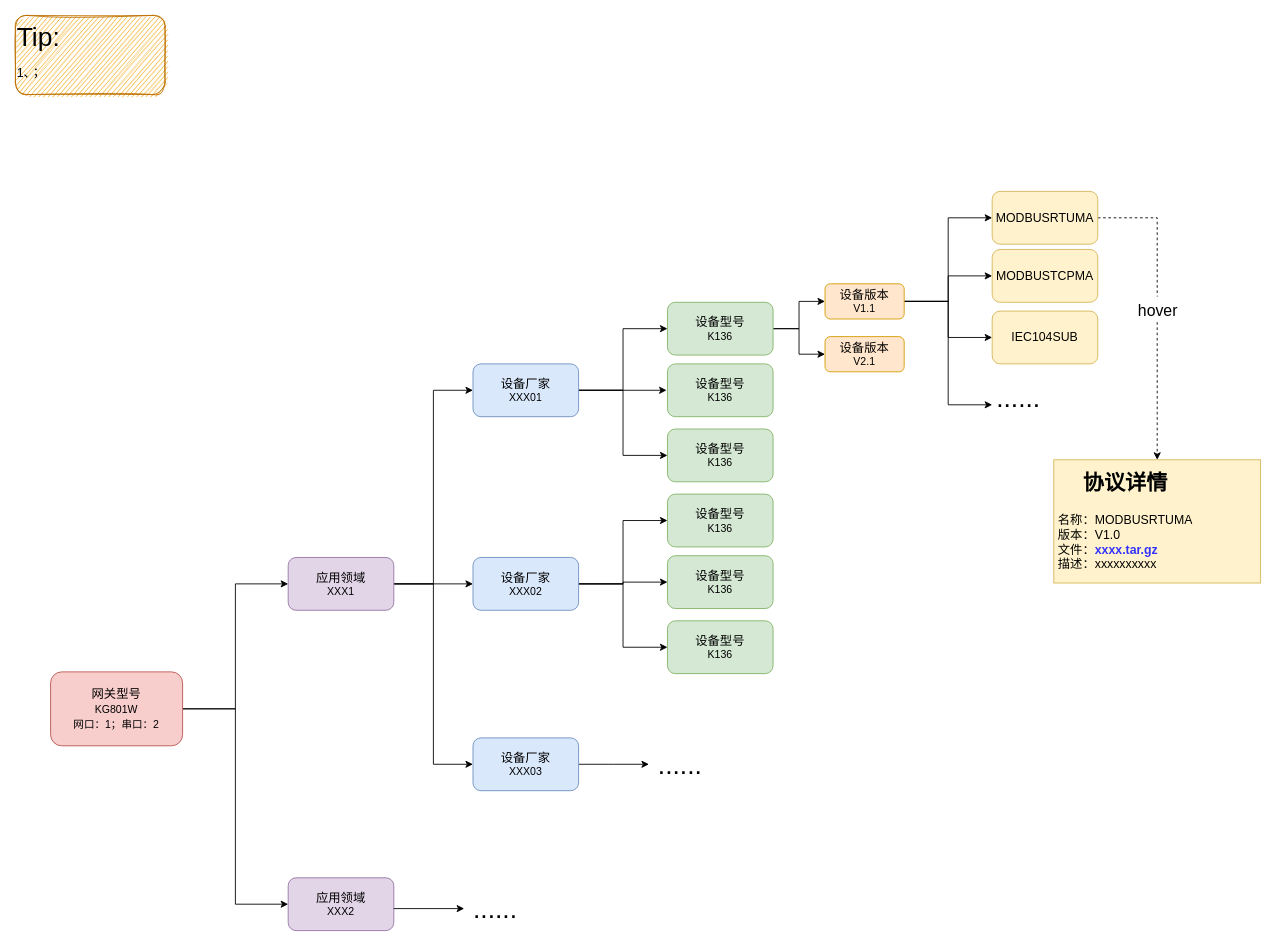
This is 协议列表.drawio from foreverfirst/draw, a draw.io file, before an edit. Source tidied: cells renumbered, new cells numbered last; positions are measured from the earlier drawing's top-left corner, leaving out a move shared by most shapes. Both pictures are drawn from the tidied source at 88%, with x=0, y=0 at pixel (15, 15).
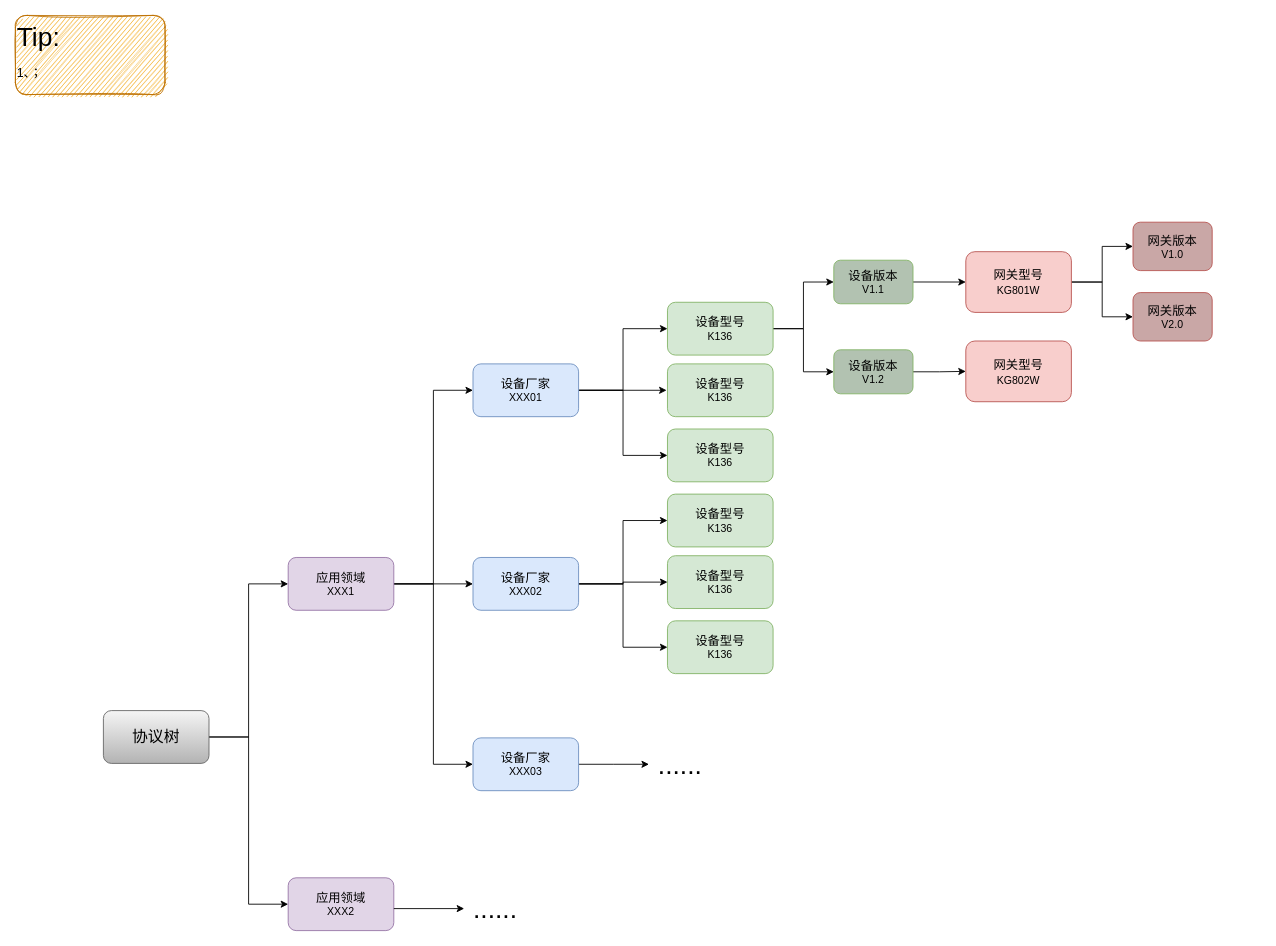
Above is the later version.

Commit message:
更新协议列表.drawio

The change refers to these unchanged cells:
```xml
<mxCell id="9" value="&lt;font style=&quot;font-size: 14px;&quot;&gt;应用领域&lt;/font&gt;&lt;br&gt;XXX1" style="rounded=1;whiteSpace=wrap;html=1;fillColor=#e1d5e7;strokeColor=#9673a6;" parent="1" vertex="1">
  <mxGeometry x="310" y="616" width="120" height="60" as="geometry" />
</mxCell>
<mxCell id="16" value="&lt;font style=&quot;&quot;&gt;&lt;span style=&quot;font-size: 14px;&quot;&gt;设备型号&lt;/span&gt;&lt;br&gt;&lt;font style=&quot;font-size: 12px;&quot;&gt;K136&lt;/font&gt;&lt;br&gt;&lt;/font&gt;" style="rounded=1;whiteSpace=wrap;html=1;fillColor=#d5e8d4;strokeColor=#82b366;" parent="1" vertex="1">
  <mxGeometry x="741" y="326" width="120" height="60" as="geometry" />
</mxCell>
<mxCell id="32" value="&lt;font style=&quot;font-size: 14px;&quot;&gt;应用领域&lt;/font&gt;&lt;br&gt;XXX2" style="rounded=1;whiteSpace=wrap;html=1;fillColor=#e1d5e7;strokeColor=#9673a6;" parent="1" vertex="1">
  <mxGeometry x="310" y="980" width="120" height="60" as="geometry" />
</mxCell>
```

Diff of the diagram source:
```diff
@@
-    <mxCell id="15" style="edgeStyle=orthogonalEdgeStyle;rounded=0;jettySize=auto;html=1;exitX=1;exitY=0.5;exitDx=0;exitDy=0;entryX=0;entryY=0.5;entryDx=0;entryDy=0;fontSize=30;" parent="1" edge="1" source="16" target="30">
+    <mxCell id="15" style="edgeStyle=orthogonalEdgeStyle;rounded=0;jettySize=auto;html=1;exitX=1;exitY=0.5;exitDx=0;exitDy=0;entryX=0;entryY=0.5;entryDx=0;entryDy=0;fontSize=30;" parent="1" edge="1" source="16" target="51">
       <mxGeometry relative="1" as="geometry" />
     </mxCell>
@@
-    <mxCell id="20" style="edgeStyle=orthogonalEdgeStyle;rounded=0;jettySize=auto;html=1;exitX=1;exitY=0.5;exitDx=0;exitDy=0;entryX=0;entryY=0.5;entryDx=0;entryDy=0;fontSize=14;" parent="1" edge="1" source="29" target="25">
+    <mxCell id="20" style="edgeStyle=orthogonalEdgeStyle;rounded=0;jettySize=auto;html=1;exitX=1;exitY=0.5;exitDx=0;exitDy=0;entryX=0;entryY=0.5;entryDx=0;entryDy=0;fontSize=14;" parent="1" edge="1" source="29" target="46">
       <mxGeometry relative="1" as="geometry" />
     </mxCell>
-    <mxCell id="21" style="edgeStyle=orthogonalEdgeStyle;rounded=0;jettySize=auto;html=1;exitX=1;exitY=0.5;exitDx=0;exitDy=0;entryX=0;entryY=0.5;entryDx=0;entryDy=0;fontSize=14;" parent="1" edge="1" source="29" target="26">
-      <mxGeometry relative="1" as="geometry" />
-    </mxCell>
-    <mxCell id="22" style="edgeStyle=orthogonalEdgeStyle;rounded=0;jettySize=auto;html=1;exitX=1;exitY=0.5;exitDx=0;exitDy=0;entryX=0;entryY=0.5;entryDx=0;entryDy=0;fontSize=14;" parent="1" edge="1" source="29" target="27">
-      <mxGeometry relative="1" as="geometry" />
-    </mxCell>
-    <mxCell id="23" style="edgeStyle=orthogonalEdgeStyle;rounded=0;jettySize=auto;html=1;exitX=1;exitY=0.5;exitDx=0;exitDy=0;entryX=0;entryY=0.75;entryDx=0;entryDy=0;fontSize=14;" parent="1" edge="1" source="29" target="28">
-      <mxGeometry relative="1" as="geometry" />
-    </mxCell>
-    <mxCell id="24" value="&lt;font style=&quot;font-size: 18px;&quot; color=&quot;#000000&quot;&gt;hover&lt;/font&gt;" style="edgeStyle=orthogonalEdgeStyle;jettySize=auto;html=1;exitX=1;exitY=0.5;exitDx=0;exitDy=0;entryX=0.5;entryY=0;entryDx=0;entryDy=0;fontSize=24;fontColor=#3333FF;rounded=0;dashed=1;" parent="1" edge="1" source="25" target="36">
-      <mxGeometry relative="1" as="geometry" />
-    </mxCell>
-    <mxCell id="25" value="MODBUSRTUMA" style="rounded=1;whiteSpace=wrap;html=1;fontSize=14;fillColor=#fff2cc;strokeColor=#d6b656;" parent="1" vertex="1">
-      <mxGeometry x="1110" y="200" width="120" height="60" as="geometry" />
-    </mxCell>
-    <mxCell id="26" value="MODBUSTCPMA" style="rounded=1;whiteSpace=wrap;html=1;fontSize=14;fillColor=#fff2cc;strokeColor=#d6b656;" parent="1" vertex="1">
-      <mxGeometry x="1110" y="266" width="120" height="60" as="geometry" />
-    </mxCell>
-    <mxCell id="27" value="&lt;span style=&quot;text-align: left;&quot;&gt;IEC104SUB&lt;/span&gt;" style="rounded=1;whiteSpace=wrap;html=1;fontSize=14;fillColor=#fff2cc;strokeColor=#d6b656;" parent="1" vertex="1">
-      <mxGeometry x="1110" y="336" width="120" height="60" as="geometry" />
-    </mxCell>
-    <mxCell id="28" value="......" style="text;html=1;strokeColor=none;fillColor=none;align=center;verticalAlign=middle;whiteSpace=wrap;rounded=0;fontSize=30;" parent="1" vertex="1">
-      <mxGeometry x="1110" y="420" width="60" height="30" as="geometry" />
-    </mxCell>
-    <mxCell id="29" value="&lt;font style=&quot;font-size: 14px;&quot;&gt;设备版本&lt;/font&gt;&lt;br&gt;V1.1" style="rounded=1;whiteSpace=wrap;html=1;fillColor=#ffe6cc;strokeColor=#d79b00;" parent="1" vertex="1">
-      <mxGeometry x="920" y="305" width="90" height="40" as="geometry" />
+    <mxCell id="29" value="&lt;font style=&quot;font-size: 14px;&quot;&gt;设备版本&lt;/font&gt;&lt;br&gt;V1.1" style="rounded=1;whiteSpace=wrap;html=1;fillColor=#B2C2B1;strokeColor=#82b366;" parent="1" vertex="1">
+      <mxGeometry x="930" y="278.2" width="90" height="49.5" as="geometry" />
     </mxCell>
-    <mxCell id="30" value="&lt;font style=&quot;font-size: 14px;&quot;&gt;设备版本&lt;/font&gt;&lt;br&gt;V2.1" style="rounded=1;whiteSpace=wrap;html=1;fillColor=#ffe6cc;strokeColor=#d79b00;" parent="1" vertex="1">
-      <mxGeometry x="920" y="365" width="90" height="40" as="geometry" />
-    </mxCell>
@@
-    <mxCell id="33" style="edgeStyle=orthogonalEdgeStyle;rounded=0;jettySize=auto;html=1;exitX=1;exitY=0.5;exitDx=0;exitDy=0;entryX=0;entryY=0.5;entryDx=0;entryDy=0;fontSize=14;" parent="1" edge="1" source="35" target="9">
+    <mxCell id="33" style="edgeStyle=orthogonalEdgeStyle;rounded=0;jettySize=auto;html=1;exitX=1;exitY=0.5;exitDx=0;exitDy=0;entryX=0;entryY=0.5;entryDx=0;entryDy=0;fontSize=14;" parent="1" edge="1" source="49" target="9">
       <mxGeometry relative="1" as="geometry" />
     </mxCell>
-    <mxCell id="34" style="edgeStyle=orthogonalEdgeStyle;rounded=0;jettySize=auto;html=1;exitX=1;exitY=0.5;exitDx=0;exitDy=0;entryX=0;entryY=0.5;entryDx=0;entryDy=0;fontSize=14;" parent="1" edge="1" source="35" target="32">
+    <mxCell id="34" style="edgeStyle=orthogonalEdgeStyle;rounded=0;jettySize=auto;html=1;exitX=1;exitY=0.5;exitDx=0;exitDy=0;entryX=0;entryY=0.5;entryDx=0;entryDy=0;fontSize=14;" parent="1" edge="1" source="49" target="32">
       <mxGeometry relative="1" as="geometry" />
     </mxCell>
-    <mxCell id="35" value="网关型号&lt;br&gt;&lt;span style=&quot;font-size: 12px;&quot;&gt;KG801W&lt;/span&gt;&lt;br style=&quot;font-size: 12px;&quot;&gt;&lt;span style=&quot;font-size: 12px;&quot;&gt;网口：1；串口：2&lt;/span&gt;" style="rounded=1;whiteSpace=wrap;html=1;shadow=0;glass=0;sketch=0;strokeWidth=1;fontSize=14;fillColor=#f8cecc;strokeColor=#b85450;" parent="1" vertex="1">
-      <mxGeometry x="40" y="746" width="150" height="84" as="geometry" />
-    </mxCell>
-    <mxCell id="36" value="&lt;h1 style=&quot;text-align: center;&quot;&gt;&lt;font style=&quot;font-size: 24px;&quot;&gt;协议详情&lt;/font&gt;&lt;/h1&gt;&lt;p&gt;&lt;/p&gt;&lt;span style=&quot;text-align: center;&quot;&gt;名称：MODBUSRTUMA&lt;br&gt;版本：V1.0&lt;br&gt;文件：&lt;font color=&quot;#3333ff&quot;&gt;&lt;b&gt;xxxx.tar.gz&lt;/b&gt;&lt;br&gt;&lt;/font&gt;描述：xxxxxxxxxx&lt;br&gt;&lt;br&gt;&lt;/span&gt;" style="text;html=1;strokeColor=#d6b656;fillColor=#fff2cc;spacing=5;spacingTop=-20;whiteSpace=wrap;overflow=hidden;rounded=0;shadow=0;glass=0;sketch=0;strokeWidth=1;fontSize=14;" parent="1" vertex="1">
-      <mxGeometry x="1180" y="505" width="235" height="140" as="geometry" />
-    </mxCell>
@@
+    <mxCell id="44" style="edgeStyle=orthogonalEdgeStyle;rounded=0;jettySize=auto;html=1;exitX=1;exitY=0.5;exitDx=0;exitDy=0;entryX=0;entryY=0.5;entryDx=0;entryDy=0;fontSize=18;fontColor=#000000;" parent="1" edge="1" source="46" target="47">
+      <mxGeometry relative="1" as="geometry" />
+    </mxCell>
+    <mxCell id="45" style="edgeStyle=orthogonalEdgeStyle;rounded=0;jettySize=auto;html=1;exitX=1;exitY=0.5;exitDx=0;exitDy=0;entryX=0;entryY=0.5;entryDx=0;entryDy=0;fontSize=18;fontColor=#000000;" parent="1" edge="1" source="46" target="48">
+      <mxGeometry relative="1" as="geometry" />
+    </mxCell>
+    <mxCell id="46" value="网关型号&lt;br&gt;&lt;span style=&quot;font-size: 12px;&quot;&gt;KG801W&lt;/span&gt;" style="rounded=1;whiteSpace=wrap;html=1;shadow=0;glass=0;sketch=0;strokeWidth=1;fontSize=14;fillColor=#f8cecc;strokeColor=#b85450;" parent="1" vertex="1">
+      <mxGeometry x="1080" y="268.5" width="120" height="69" as="geometry" />
+    </mxCell>
+    <mxCell id="47" value="&lt;font style=&quot;font-size: 14px;&quot;&gt;网关版本&lt;/font&gt;&lt;br&gt;V1.0" style="rounded=1;whiteSpace=wrap;html=1;fillColor=#C9A7A6;strokeColor=#b85450;" parent="1" vertex="1">
+      <mxGeometry x="1270" y="235" width="90" height="55" as="geometry" />
+    </mxCell>
+    <mxCell id="48" value="&lt;font style=&quot;font-size: 14px;&quot;&gt;网关版本&lt;/font&gt;&lt;br&gt;V2.0" style="rounded=1;whiteSpace=wrap;html=1;fillColor=#C9A7A6;strokeColor=#b85450;" parent="1" vertex="1">
+      <mxGeometry x="1270" y="315" width="90" height="55" as="geometry" />
+    </mxCell>
+    <mxCell id="49" value="协议树" style="rounded=1;whiteSpace=wrap;html=1;shadow=0;glass=0;sketch=0;strokeWidth=1;fontSize=18;fillColor=#f5f5f5;gradientColor=#b3b3b3;strokeColor=#666666;" parent="1" vertex="1">
+      <mxGeometry x="100" y="790" width="120" height="60" as="geometry" />
+    </mxCell>
+    <mxCell id="50" style="edgeStyle=orthogonalEdgeStyle;rounded=0;jettySize=auto;html=1;exitX=1;exitY=0.5;exitDx=0;exitDy=0;entryX=0;entryY=0.5;entryDx=0;entryDy=0;fontSize=18;fontColor=#000000;" parent="1" edge="1" source="51" target="52">
+      <mxGeometry relative="1" as="geometry" />
+    </mxCell>
+    <mxCell id="51" value="&lt;font style=&quot;font-size: 14px;&quot;&gt;设备版本&lt;/font&gt;&lt;br&gt;V1.2" style="rounded=1;whiteSpace=wrap;html=1;fillColor=#B2C2B1;strokeColor=#82b366;" parent="1" vertex="1">
+      <mxGeometry x="930" y="380" width="90" height="50" as="geometry" />
+    </mxCell>
+    <mxCell id="52" value="网关型号&lt;br&gt;&lt;span style=&quot;font-size: 12px;&quot;&gt;KG802W&lt;/span&gt;" style="rounded=1;whiteSpace=wrap;html=1;shadow=0;glass=0;sketch=0;strokeWidth=1;fontSize=14;fillColor=#f8cecc;strokeColor=#b85450;" parent="1" vertex="1">
+      <mxGeometry x="1080" y="370" width="120" height="69" as="geometry" />
+    </mxCell>
```
